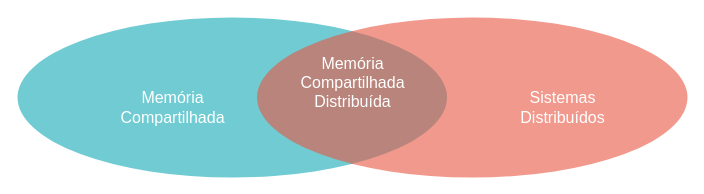
Above: docs/drawings/memory.drawio in lasarojc/ds_notes (draw.io), before the change. Source tidied: cells renumbered, new cells numbered last; positions are measured from the earlier drawing's top-left corner, leaving out a move shared by most shapes. Both pictures are drawn from the tidied source at 100%, with x=0, y=0 at pixel (17, 17).
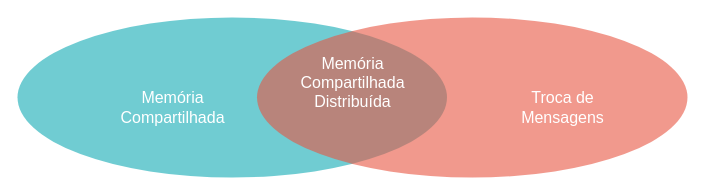
The same diagram, later.

What changed in the source:
```diff
@@
 <mxGraphModel background="#ffffff">
   <root>
     <mxCell id="0" />
     <mxCell id="1" parent="0" />
     <mxCell id="2" style="ellipse;fillColor=#12AAB5;opacity=60;strokeColor=none;html=1;fontColor=#FFFFFF;" parent="1" vertex="1">
       <mxGeometry width="429.5" height="160" as="geometry" />
     </mxCell>
     <mxCell id="3" style="ellipse;fillColor=#e85642;opacity=60;strokeColor=none;html=1;fontColor=#FFFFFF;" parent="1" vertex="1">
       <mxGeometry x="239.5" width="430.5" height="160" as="geometry" />
     </mxCell>
     <mxCell id="4" value="Memória&lt;br style=&quot;font-size: 16px;&quot;&gt;Compartilhada" style="text;fontSize=16;align=center;verticalAlign=middle;html=1;fontColor=#FFFFFF;" parent="1" vertex="1">
       <mxGeometry x="60" y="55" width="190" height="70" as="geometry" />
     </mxCell>
-    <mxCell id="5" value="Sistemas&lt;br style=&quot;font-size: 16px;&quot;&gt;Distribuídos" style="text;fontSize=16;align=center;verticalAlign=middle;html=1;fontColor=#FFFFFF;" parent="1" vertex="1">
+    <mxCell id="5" value="Troca de&lt;br&gt;Mensagens" style="text;fontSize=16;align=center;verticalAlign=middle;html=1;fontColor=#FFFFFF;" parent="1" vertex="1">
       <mxGeometry x="449.5" y="55" width="190" height="70" as="geometry" />
     </mxCell>
     <mxCell id="6" value="Memória&lt;br&gt;Compartilhada&lt;br&gt;Distribuída" style="text;align=center;html=1;fontColor=#FFFFFF;fontSize=16;" parent="1" vertex="1">
       <mxGeometry x="315" y="30" width="40" height="40" as="geometry" />
     </mxCell>
   </root>
 </mxGraphModel>
```
